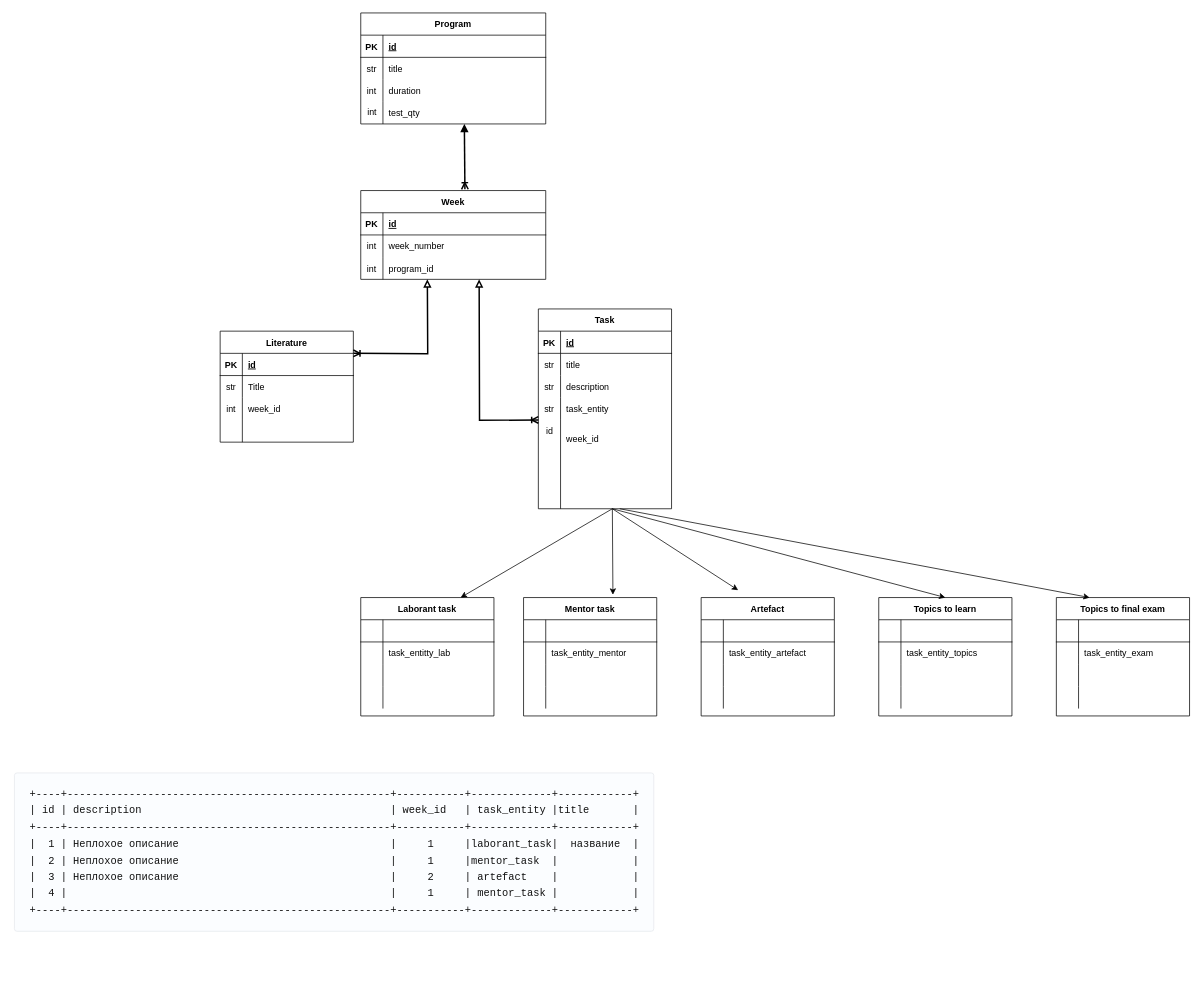
The draw.io diagram page "Page-2" (2 of 2) of Untitled Diagram.drawio in body-88/my-first-repo, before the edit. Source tidied: cells renumbered, new cells numbered last; positions are measured from the earlier drawing's top-left corner, leaving out a move shared by most shapes. Both pictures are drawn from the tidied source at 74%, with x=0, y=0 at pixel (13, 13).
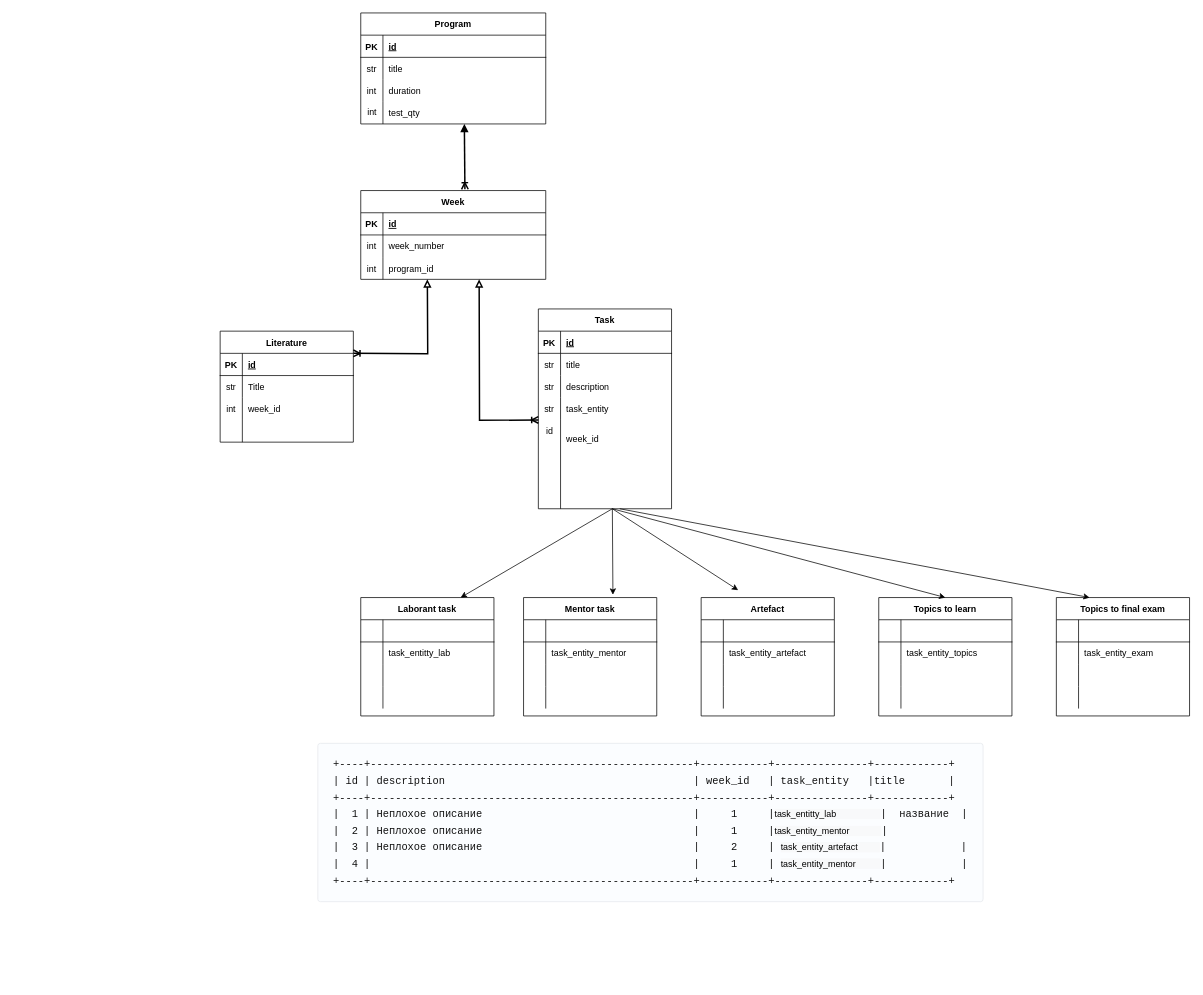
After the change.

Change to the diagram source:
```diff
@@
-    <mxCell id="123" value="&lt;pre style=&quot;transition: all 0.2s ease-in-out 0s , all 0.2s ease-in-out 0s , all 0.2s ease-in-out 0s , all 0.2s ease-in-out 0s , all 0.2s ease-in-out 0s ; font-family: monospace , monospace ; font-size: 0.875rem ; quotes: &amp;#34;«&amp;#34; &amp;#34;»&amp;#34; ; background: rgb(251 , 253 , 255) ; border: 1px solid rgb(229 , 232 , 236) ; border-radius: 4px ; box-sizing: border-box ; line-height: 1.6 ; margin: 0px ; overflow: auto ; padding: 17px 20px ; word-break: normal ; word-spacing: 0px ; overflow-wrap: normal ; color: rgb(17 , 17 , 17) ; font-style: normal ; font-weight: 400 ; letter-spacing: normal ; text-indent: 0px ; text-transform: none&quot;&gt;+----+----------------------------------------------------+-----------+-------------+------------+&lt;br&gt;| id | description                                        | week_id   | task_entity |title       |&lt;br&gt;+----+----------------------------------------------------+-----------+-------------+------------+&lt;br&gt;|  1 | Неплохое описание                                  |     1     |laborant_task|  название  |&lt;br&gt;|  2 | Неплохое описание                                  |     1     |mentor_task  |            |&lt;br&gt;|  3 | Неплохое описание                                  |     2     | artefact    |            |&lt;br&gt;|  4 |                                                    |     1     | mentor_task |            |&lt;br&gt;+----+----------------------------------------------------+-----------+-------------+------------+&lt;/pre&gt;" style="text;whiteSpace=wrap;html=1;fontSize=12;fontFamily=Helvetica;fontColor=default;" parent="1" vertex="1">
-      <mxGeometry y="1020" width="690" height="290" as="geometry" />
+    <mxCell id="123" value="&lt;pre style=&quot;transition: all 0.2s ease-in-out 0s , all 0.2s ease-in-out 0s , all 0.2s ease-in-out 0s , all 0.2s ease-in-out 0s , all 0.2s ease-in-out 0s ; font-family: monospace , monospace ; font-size: 0.875rem ; quotes: &amp;#34;«&amp;#34; &amp;#34;»&amp;#34; ; background: rgb(251 , 253 , 255) ; border: 1px solid rgb(229 , 232 , 236) ; border-radius: 4px ; box-sizing: border-box ; line-height: 1.6 ; margin: 0px ; overflow: auto ; padding: 17px 20px ; word-break: normal ; word-spacing: 0px ; overflow-wrap: normal ; color: rgb(17 , 17 , 17) ; font-style: normal ; font-weight: 400 ; letter-spacing: normal ; text-indent: 0px ; text-transform: none&quot;&gt;+----+----------------------------------------------------+-----------+---------------+------------+&lt;br&gt;| id | description                                        | week_id   | task_entity   |title       |&lt;br&gt;+----+----------------------------------------------------+-----------+---------------+------------+&lt;br&gt;|  1 | Неплохое описание                                  |     1     |&lt;span style=&quot;color: rgb(0 , 0 , 0) ; font-family: &amp;#34;helvetica&amp;#34; ; font-size: 12px ; background-color: rgb(248 , 249 , 250)&quot;&gt;task_entitty_lab                  &lt;/span&gt;|  название  |&lt;br&gt;|  2 | Неплохое описание                                  |     1     |&lt;span style=&quot;color: rgb(0 , 0 , 0) ; font-family: &amp;#34;helvetica&amp;#34; ; font-size: 12px ; background-color: rgb(248 , 249 , 250)&quot;&gt;task_entity_mentor             &lt;/span&gt;|&lt;br&gt;|  3 | Неплохое описание                                  |     2     | &lt;span style=&quot;color: rgb(0 , 0 , 0) ; font-family: &amp;#34;helvetica&amp;#34; ; font-size: 12px ; background-color: rgb(248 , 249 , 250)&quot;&gt;task_entity_artefact         &lt;/span&gt;|            |&lt;br&gt;|  4 |                                                    |     1     | &lt;span style=&quot;color: rgb(0 , 0 , 0) ; font-family: &amp;#34;helvetica&amp;#34; ; font-size: 12px ; background-color: rgb(248 , 249 , 250)&quot;&gt;task_entity_mentor          &lt;/span&gt;|            |&lt;br&gt;+----+----------------------------------------------------+-----------+---------------+------------+&lt;/pre&gt;" style="text;whiteSpace=wrap;html=1;fontSize=12;fontFamily=Helvetica;fontColor=default;" parent="1" vertex="1">
+      <mxGeometry x="410" y="980" width="990" height="290" as="geometry" />
     </mxCell>
```
